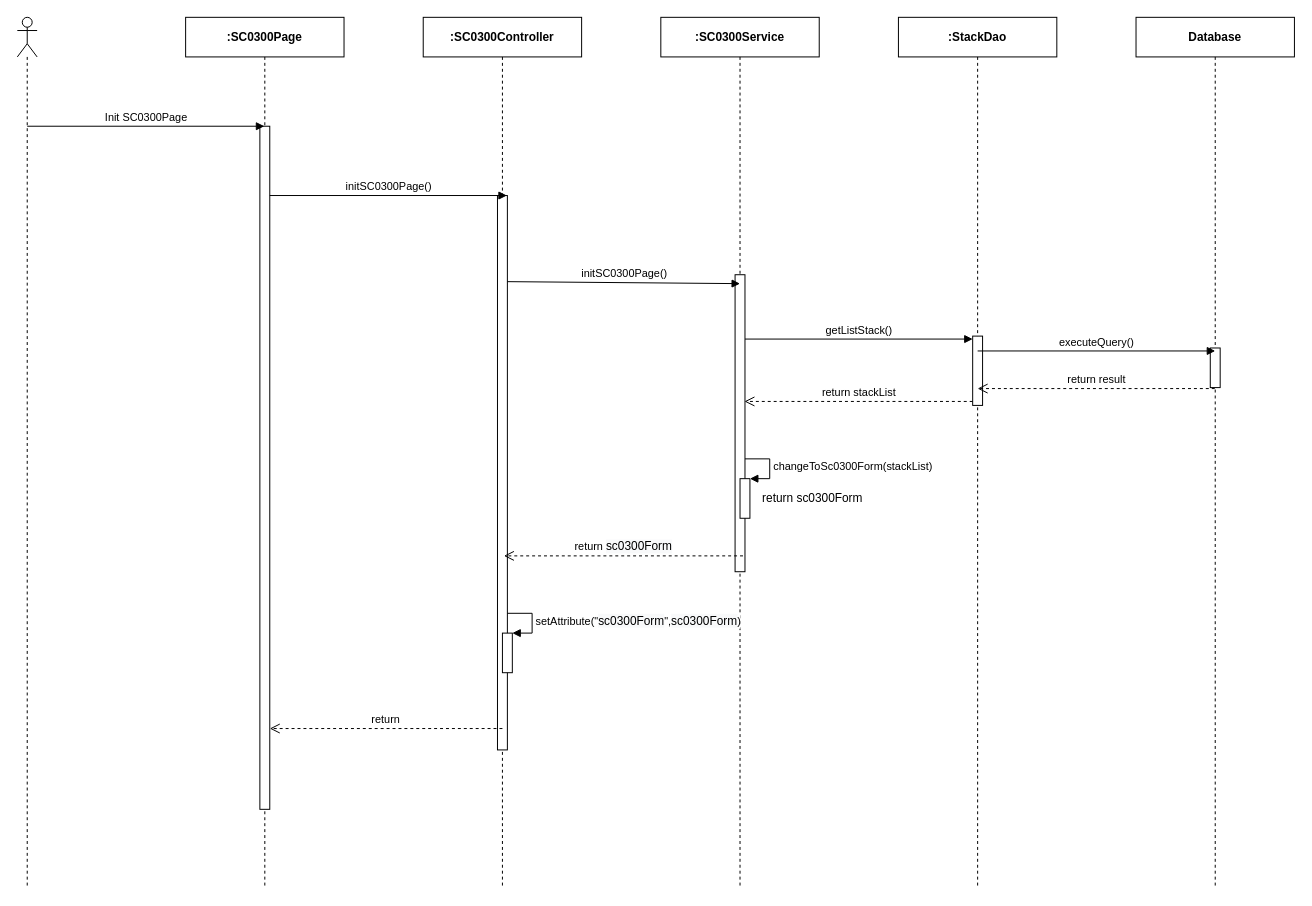
luannmdev/CapstoneDocument keeps this draw.io diagram as page "Ev01" (1 of 4) of 1. Review/SEQ Diagram/sc03/SC0300_StackManage.drawio. Above is the earlier version. Source tidied: cells renumbered, new cells numbered last; positions are measured from the earlier drawing's top-left corner, leaving out a move shared by most shapes. Both pictures are drawn from the tidied source at 99%, with x=0, y=0 at pixel (17, 17).
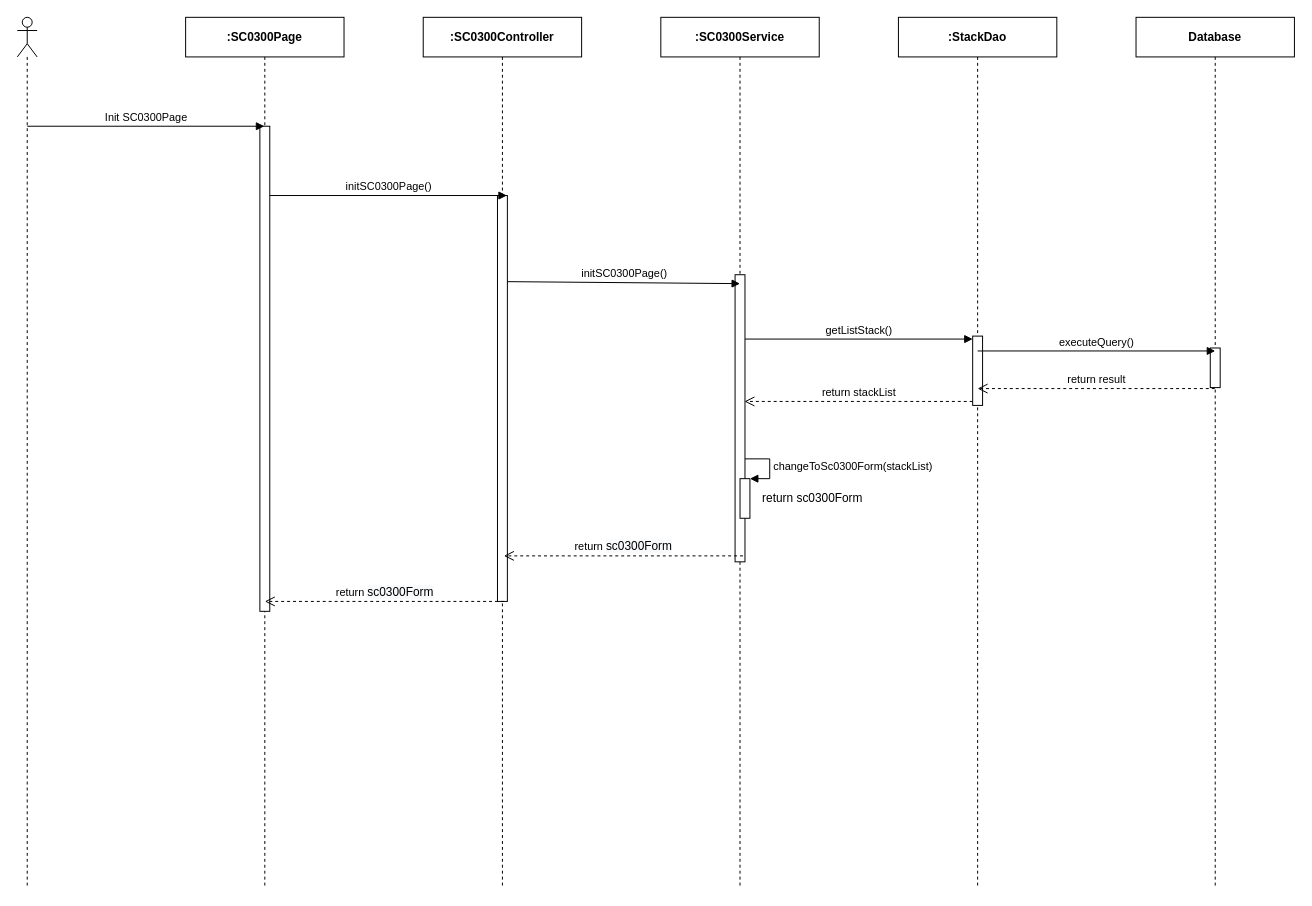
The same diagram, later.

The change refers to these unchanged cells:
```xml
<mxCell id="3" value="&lt;b&gt;:SC0300Page&lt;/b&gt;" style="shape=umlLifeline;perimeter=lifelinePerimeter;whiteSpace=wrap;html=1;outlineConnect=0;" parent="1" vertex="1">
  <mxGeometry x="170" width="160" height="880" as="geometry" />
</mxCell>
<mxCell id="9" value="&lt;b&gt;:&lt;/b&gt;&lt;b&gt;SC0300&lt;/b&gt;&lt;b&gt;Service&lt;/b&gt;" style="shape=umlLifeline;perimeter=lifelinePerimeter;whiteSpace=wrap;html=1;" parent="1" vertex="1">
  <mxGeometry x="650" width="160" height="880" as="geometry" />
</mxCell>
<mxCell id="11" value="&lt;b&gt;:SC0300Controller&lt;/b&gt;" style="shape=umlLifeline;perimeter=lifelinePerimeter;whiteSpace=wrap;html=1;" parent="1" vertex="1">
  <mxGeometry x="410" width="160" height="880" as="geometry" />
</mxCell>
```

The edit, as a diff of the source:
```diff
@@
     <mxCell id="4" style="html=1;perimeter=orthogonalPerimeter;" parent="3" vertex="1">
-      <mxGeometry x="75" y="110" width="10" height="690" as="geometry" />
+      <mxGeometry x="75" y="110" width="10" height="490" as="geometry" />
     </mxCell>
@@
     <mxCell id="10" style="html=1;perimeter=orthogonalPerimeter;" parent="9" vertex="1">
-      <mxGeometry x="75" y="260" width="10" height="300" as="geometry" />
+      <mxGeometry x="75" y="260" width="10" height="290" as="geometry" />
     </mxCell>
@@
     <mxCell id="12" style="html=1;perimeter=orthogonalPerimeter;" parent="11" vertex="1">
-      <mxGeometry x="75" y="180" width="10" height="560" as="geometry" />
+      <mxGeometry x="75" y="180" width="10" height="410" as="geometry" />
     </mxCell>
-    <mxCell id="13" style="html=1;points=[];perimeter=orthogonalPerimeter;" parent="11" vertex="1">
-      <mxGeometry x="80" y="622" width="10" height="40" as="geometry" />
-    </mxCell>
-    <mxCell id="14" value="setAttribute(&quot;&lt;span style=&quot;font-size: 12px ; text-align: center ; background-color: rgb(248 , 249 , 250)&quot;&gt;sc0300Form&lt;/span&gt;&quot;,&lt;span style=&quot;font-size: 12px ; text-align: center ; background-color: rgb(248 , 249 , 250)&quot;&gt;sc0300Form&lt;/span&gt;)" style="edgeStyle=orthogonalEdgeStyle;html=1;align=left;spacingLeft=2;endArrow=block;rounded=0;entryX=1;entryY=0;" parent="11" edge="1" target="13">
-      <mxGeometry relative="1" as="geometry">
-        <mxPoint x="85" y="602" as="sourcePoint" />
-        <Array as="points">
-          <mxPoint x="110" y="602" />
-        </Array>
-      </mxGeometry>
-    </mxCell>
@@
-    <mxCell id="19" value="return" style="html=1;verticalAlign=bottom;endArrow=open;dashed=1;endSize=8;" parent="1" edge="1">
-      <mxGeometry relative="1" as="geometry">
-        <mxPoint x="490" y="718.4" as="sourcePoint" />
-        <mxPoint x="255" y="718.4" as="targetPoint" />
-      </mxGeometry>
-    </mxCell>
@@
+    <mxCell id="27" value="return&amp;nbsp;&lt;span style=&quot;font-size: 12px ; background-color: rgb(248 , 249 , 250)&quot;&gt;sc0300Form&lt;/span&gt;" style="html=1;verticalAlign=bottom;endArrow=open;dashed=1;endSize=8;" parent="1" edge="1">
+      <mxGeometry relative="1" as="geometry">
+        <mxPoint x="491.5" y="590" as="sourcePoint" />
+        <mxPoint x="250" y="590" as="targetPoint" />
+      </mxGeometry>
+    </mxCell>
```
